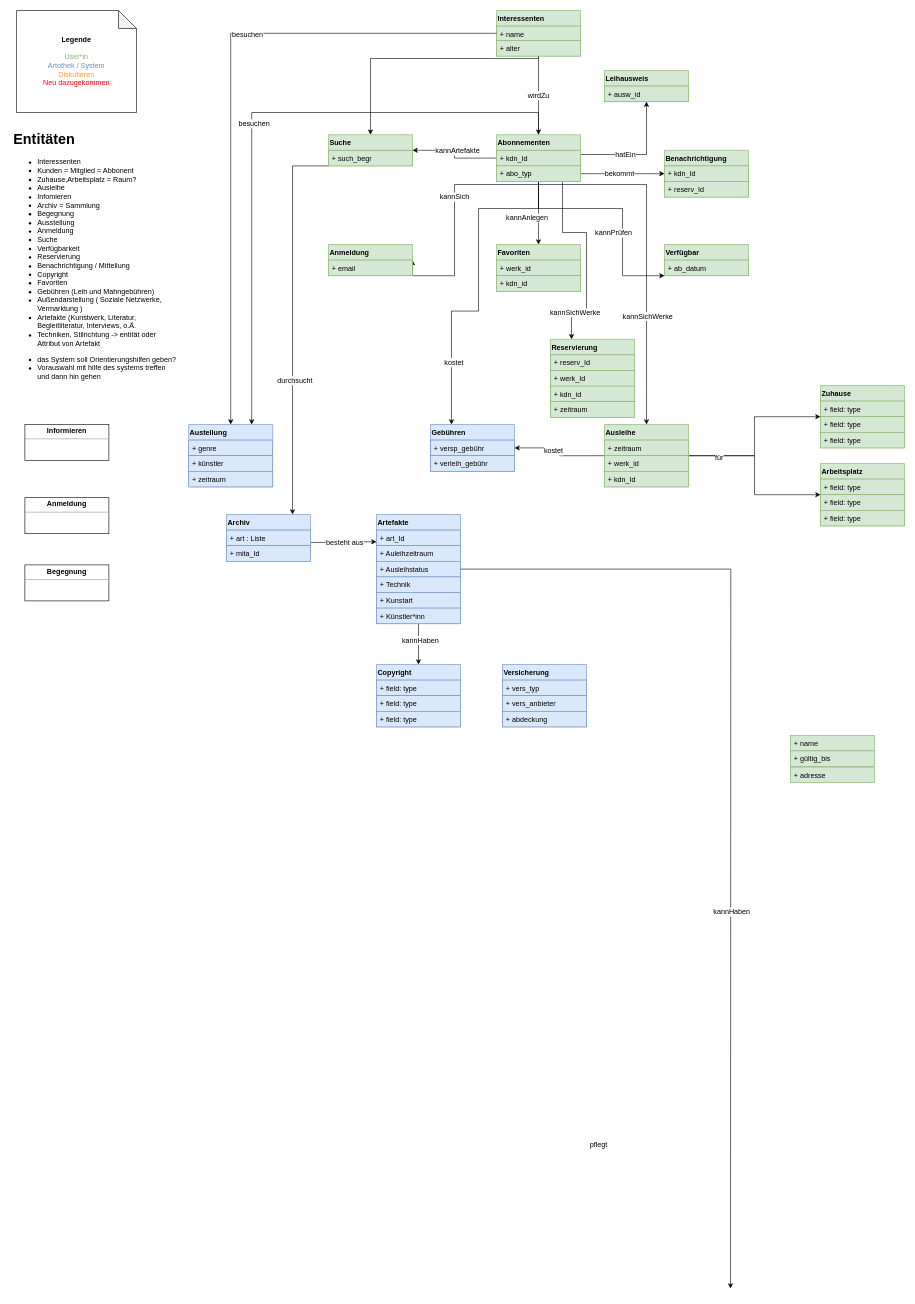
JJJS777/EPWS2122KwintSchiller keeps this draw.io diagram as page "Domänenmodell_v3.0" (1 of 3) of Artefakte/Untitled Diagram.drawio. Above is the earlier version. Source tidied: cells renumbered, new cells numbered last; positions are measured from the earlier drawing's top-left corner, leaving out a move shared by most shapes. Both pictures are drawn from the tidied source at 60%, with x=0, y=0 at pixel (10, 10).
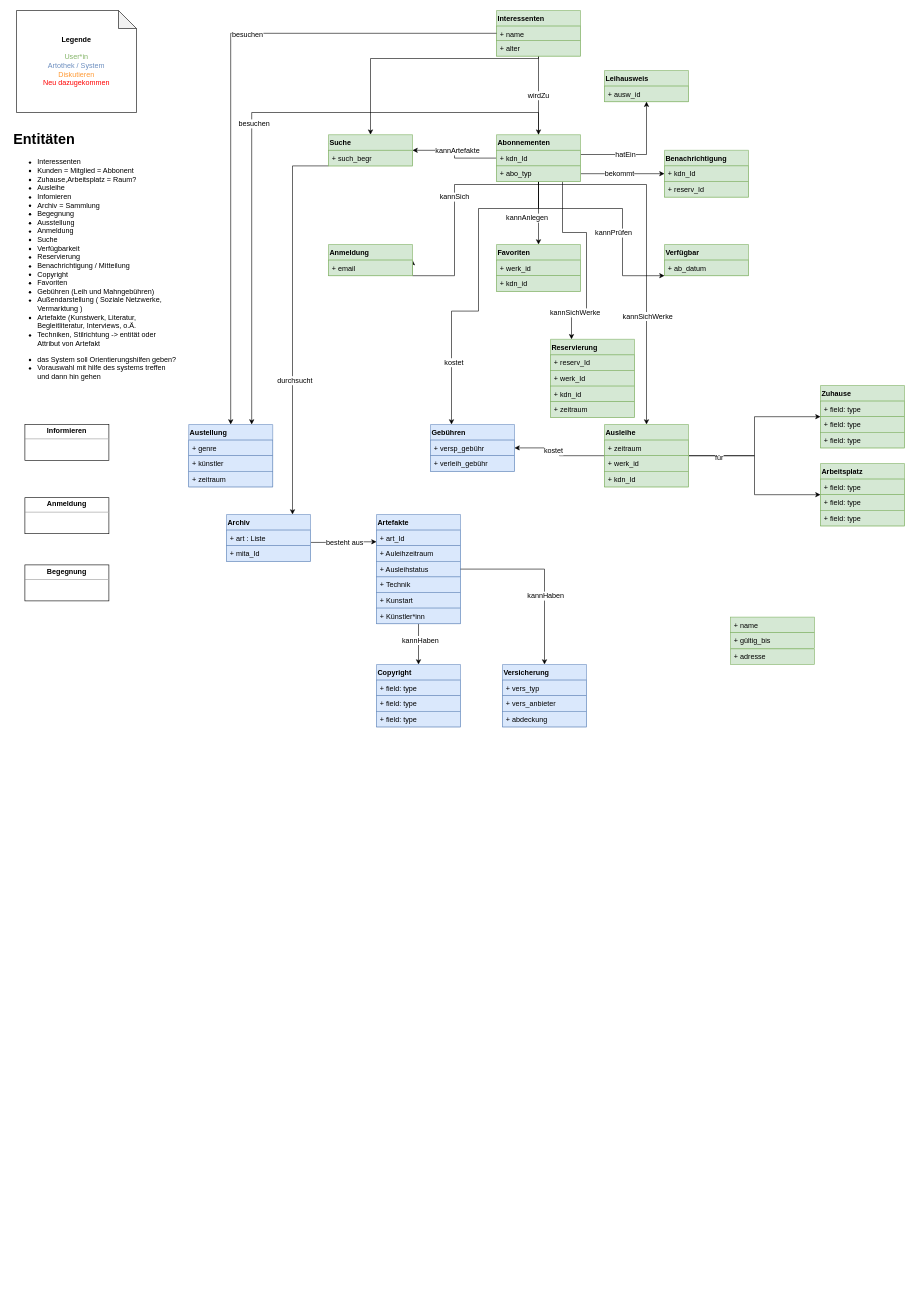
Above is the later version.

Unchanged cells that the change refers to:
```xml
<mxCell id="12" value="+ Ausleihstatus" style="text;strokeColor=#6c8ebf;fillColor=#dae8fc;align=left;verticalAlign=top;spacingLeft=4;spacingRight=4;overflow=hidden;points=[[0,0.5],[1,0.5]];portConstraint=eastwest;fontFamily=Helvetica;fontSize=12;" parent="9" vertex="1">
  <mxGeometry y="78" width="140" height="26" as="geometry" />
</mxCell>
<mxCell id="25" value="Versicherung" style="swimlane;fontStyle=1;horizontal=1;startSize=26;fillColor=#dae8fc;fontFamily=Helvetica;fontSize=12;align=left;verticalAlign=top;strokeColor=#6c8ebf;" parent="1" vertex="1">
  <mxGeometry x="820" y="1090" width="140" height="104" as="geometry" />
</mxCell>
```

Change to the diagram source:
```diff
@@
-    <mxCell id="102" style="edgeStyle=orthogonalEdgeStyle;rounded=0;jettySize=auto;html=1;fontFamily=Helvetica;fontSize=12;fontColor=#000000;" parent="1" edge="1" source="12">
-      <mxGeometry relative="1" as="geometry">
-        <mxPoint x="1200" y="2130" as="targetPoint" />
-      </mxGeometry>
+    <mxCell id="102" style="edgeStyle=orthogonalEdgeStyle;rounded=0;jettySize=auto;html=1;fontFamily=Helvetica;fontSize=12;fontColor=#000000;entryX=0.5;entryY=0;entryDx=0;entryDy=0;" parent="1" edge="1" source="12" target="25">
+      <mxGeometry relative="1" as="geometry" />
     </mxCell>
@@
     <mxCell id="106" value="+ name" style="text;strokeColor=#82b366;fillColor=#d5e8d4;align=left;verticalAlign=top;spacingLeft=4;spacingRight=4;overflow=hidden;fontFamily=Helvetica;fontSize=12;" parent="1" vertex="1">
-      <mxGeometry x="1300" y="1208" width="140" height="26" as="geometry" />
+      <mxGeometry x="1200" y="1011" width="140" height="26" as="geometry" />
     </mxCell>
     <mxCell id="107" value="+ gültig_bis" style="text;strokeColor=#82b366;fillColor=#d5e8d4;align=left;verticalAlign=top;spacingLeft=4;spacingRight=4;overflow=hidden;fontFamily=Helvetica;fontSize=12;" parent="1" vertex="1">
-      <mxGeometry x="1300" y="1234" width="140" height="26" as="geometry" />
+      <mxGeometry x="1200" y="1037" width="140" height="26" as="geometry" />
     </mxCell>
-    <mxCell id="108" value="pflegt" style="edgeLabel;html=1;align=center;verticalAlign=middle;fontSize=12;fontFamily=Helvetica;fontColor=#000000;" parent="1" vertex="1">
-      <mxGeometry x="874" y="1977" as="geometry">
-        <mxPoint x="105" y="-88" as="offset" />
-      </mxGeometry>
-    </mxCell>
     <mxCell id="109" value="+ adresse" style="text;strokeColor=#82b366;fillColor=#d5e8d4;align=left;verticalAlign=top;spacingLeft=4;spacingRight=4;overflow=hidden;fontFamily=Helvetica;fontSize=12;" parent="1" vertex="1">
-      <mxGeometry x="1300" y="1261" width="140" height="26" as="geometry" />
+      <mxGeometry x="1200" y="1064" width="140" height="26" as="geometry" />
     </mxCell>
```
